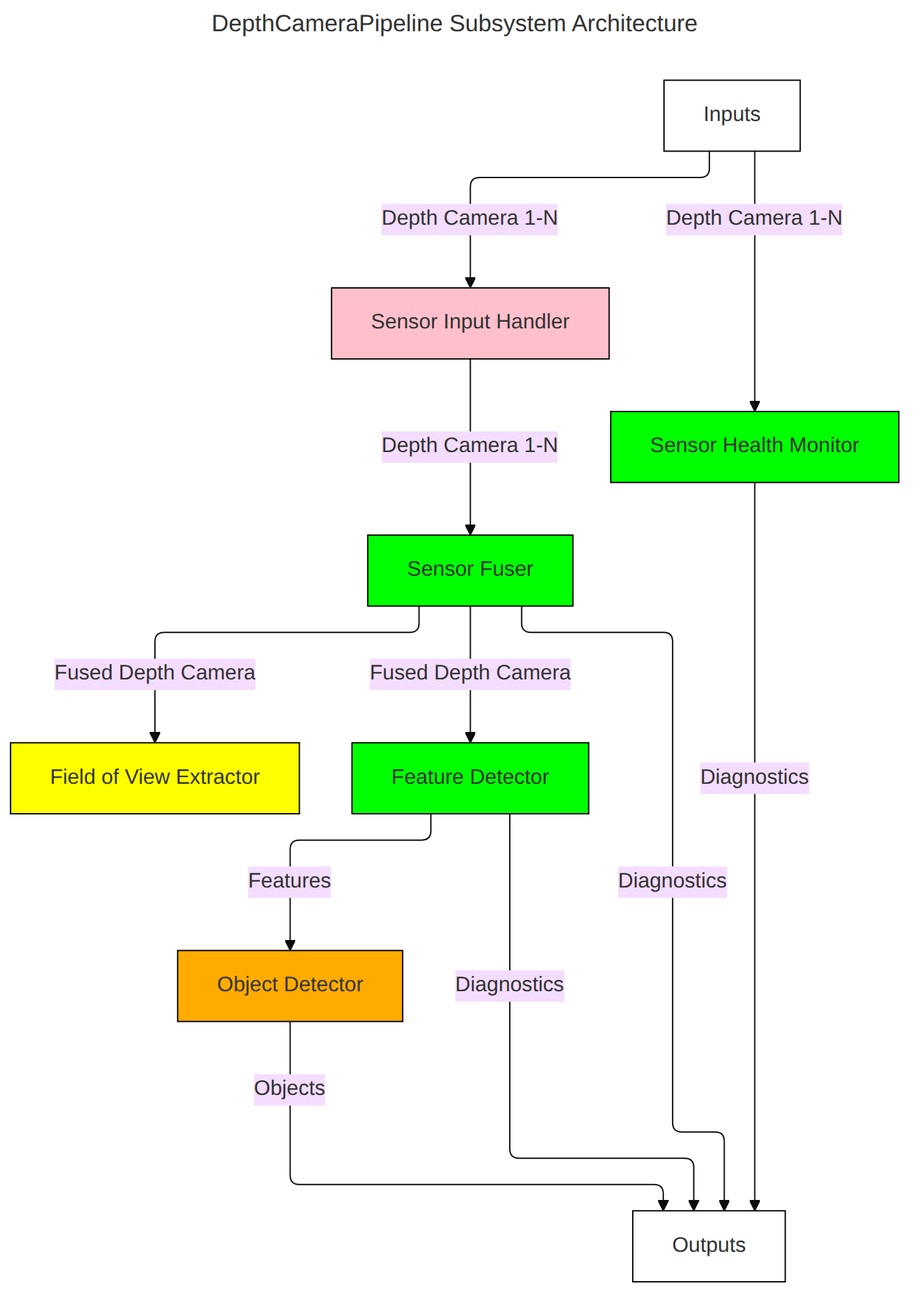
Before: Systems/Perception/Subsystems/DepthCameraPipeline/doc/mermaid/DepthCameraPipelineSubsystemArchitecture.png, a diagram exported from Mermaid (fastrobotics/robot_framework). Its source is kept beside it as Systems/Perception/Subsystems/DepthCameraPipeline/doc/mermaid/DepthCameraPipelineSubsystemArchitecture.mmd.
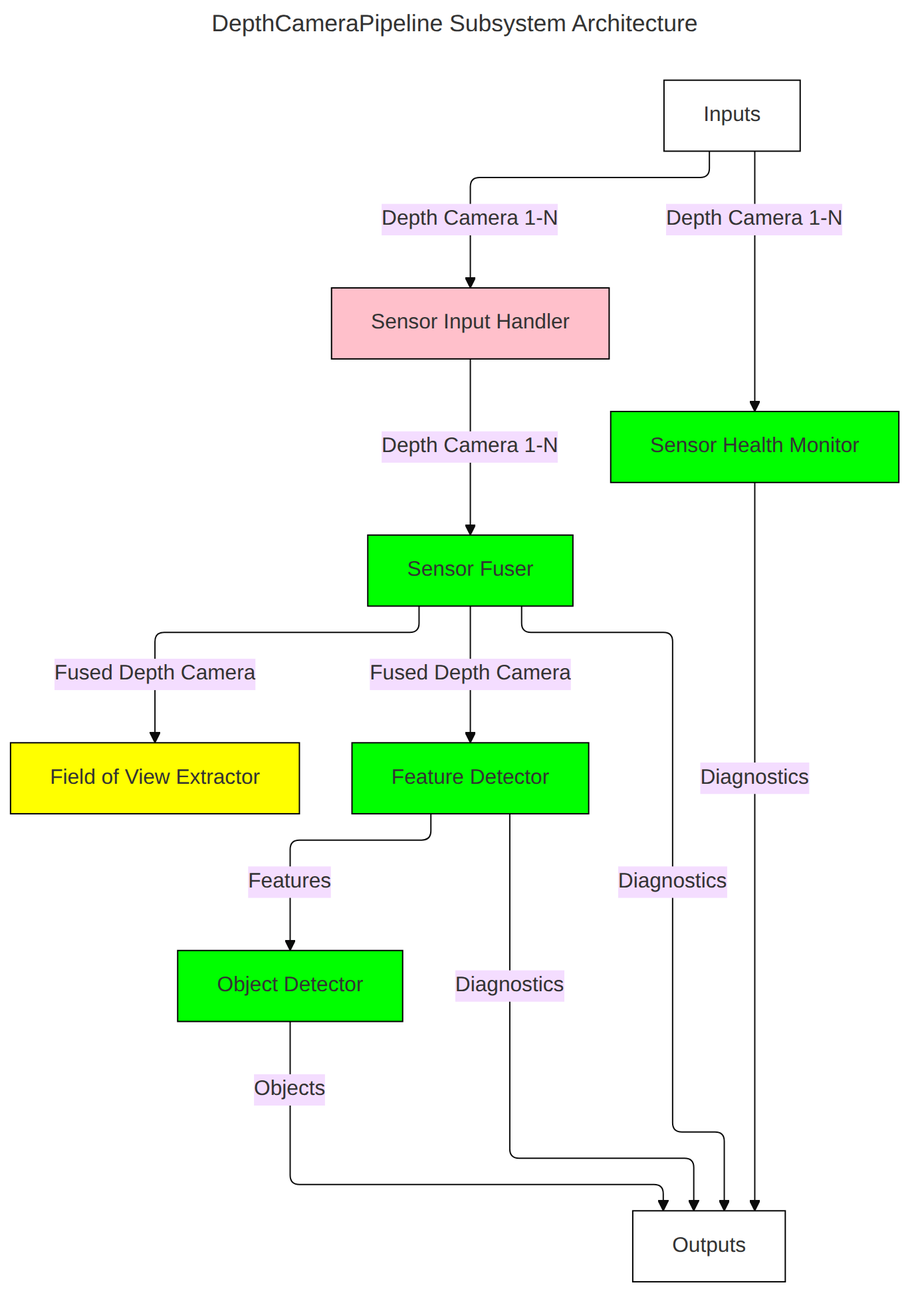
The same file after the commit.

What changed in the source:
```diff
@@ -55,7 +55,6 @@
     FeatureDetector --> | Diagnostics | Outputs
 
     class Inputs,Outputs cssBoundary
-    class FOVExtractor,ObjectDetector cssInvestigating
-    class ObjectDetector cssDeveloping
+    class FOVExtractor cssInvestigating
     class SensorInputHandler cssTrivialComplete
-    class SensorHealthMonitor,SensorFuser,FeatureDetector cssMinimalComplete
+    class SensorHealthMonitor,SensorFuser,FeatureDetector,ObjectDetector cssMinimalComplete
```
